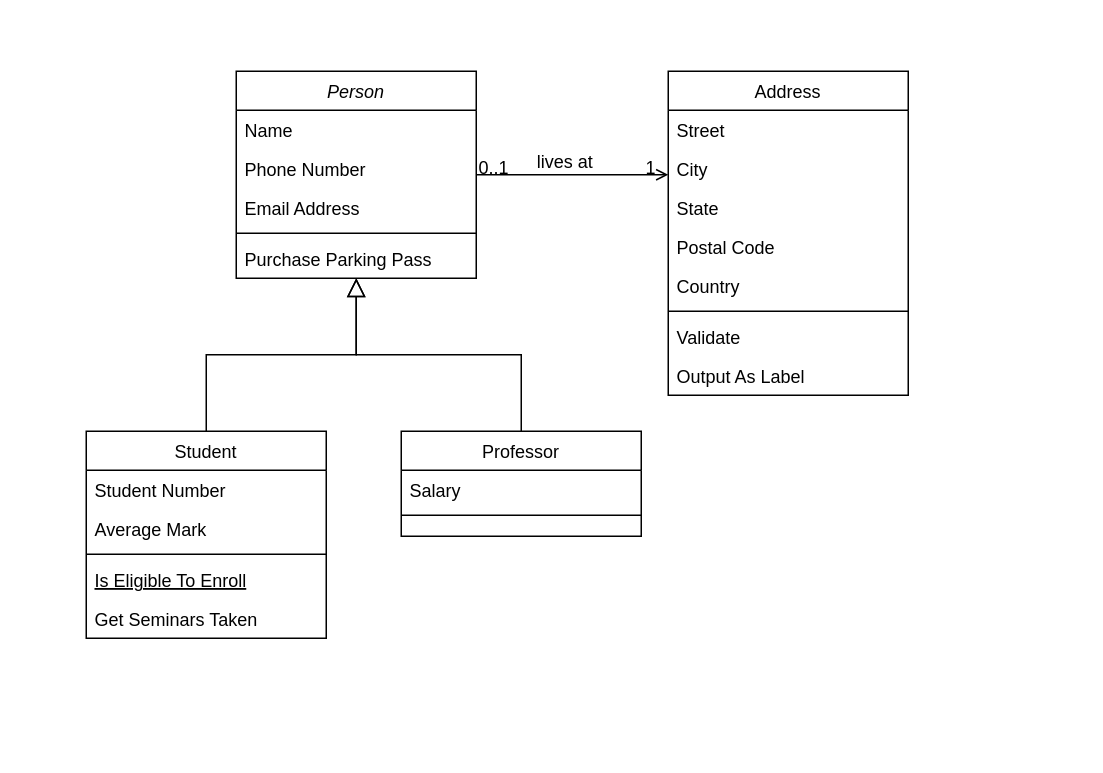
The draw.io diagram Back-end design.drawio in kimvongola/Studio_FRA163, before the edit. Source tidied: cells renumbered, new cells numbered last; positions are measured from the earlier drawing's top-left corner, leaving out a move shared by most shapes. Both pictures are drawn from the tidied source at 150%, with x=0, y=0 at pixel (86, 70).
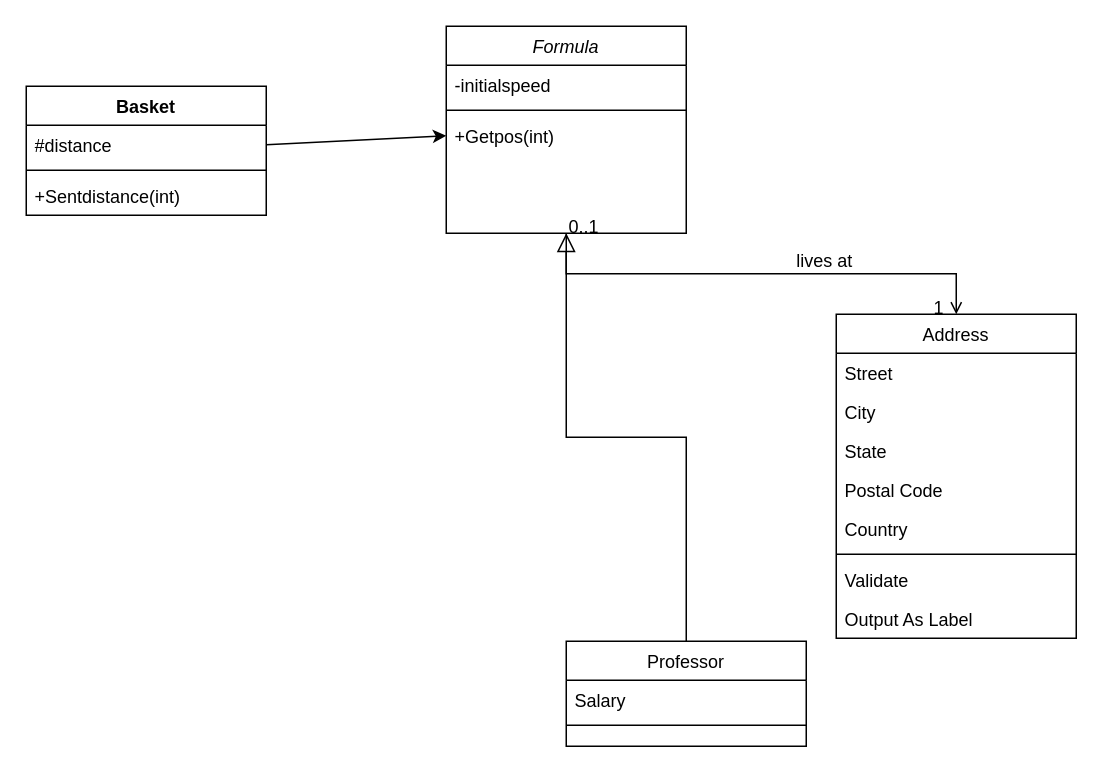
The same diagram, later.

The edit, as a diff of the source:
```diff
@@
-    <mxCell id="2" value="Person" style="swimlane;fontStyle=2;align=center;verticalAlign=top;horizontal=1;startSize=26;rounded=0;shadow=0;strokeWidth=1;" parent="1" vertex="1">
-      <mxGeometry x="100" width="160" height="138" as="geometry" />
+    <mxCell id="2" value="Formula" style="swimlane;fontStyle=2;align=center;verticalAlign=top;horizontal=1;startSize=26;rounded=0;shadow=0;strokeWidth=1;" parent="1" vertex="1">
+      <mxGeometry x="240" y="-30" width="160" height="138" as="geometry" />
     </mxCell>
-    <mxCell id="3" value="Name" style="text;align=left;verticalAlign=top;spacingLeft=4;spacingRight=4;overflow=hidden;" parent="2" vertex="1">
+    <mxCell id="3" value="-initialspeed" style="text;align=left;verticalAlign=top;spacingLeft=4;spacingRight=4;overflow=hidden;" parent="2" vertex="1">
       <mxGeometry y="26" width="160" height="26" as="geometry" />
     </mxCell>
-    <mxCell id="4" value="Phone Number" style="text;align=left;verticalAlign=top;spacingLeft=4;spacingRight=4;overflow=hidden;rounded=0;shadow=0;html=0;" parent="2" vertex="1">
-      <mxGeometry y="52" width="160" height="26" as="geometry" />
-    </mxCell>
-    <mxCell id="5" value="Email Address" style="text;align=left;verticalAlign=top;spacingLeft=4;spacingRight=4;overflow=hidden;rounded=0;shadow=0;html=0;" parent="2" vertex="1">
-      <mxGeometry y="78" width="160" height="26" as="geometry" />
-    </mxCell>
     <mxCell id="6" style="line;html=1;strokeWidth=1;align=left;verticalAlign=middle;spacingTop=-1;spacingLeft=3;spacingRight=3;labelPosition=right;" parent="2" vertex="1">
-      <mxGeometry y="104" width="160" height="8" as="geometry" />
+      <mxGeometry y="52" width="160" height="8" as="geometry" />
     </mxCell>
-    <mxCell id="7" value="Purchase Parking Pass" style="text;align=left;verticalAlign=top;spacingLeft=4;spacingRight=4;overflow=hidden;points=[[0,0.5],[1,0.5]];portConstraint=eastwest;" parent="2" vertex="1">
-      <mxGeometry y="112" width="160" height="26" as="geometry" />
+    <mxCell id="7" value="+Getpos(int)&#10;&#10;" style="text;align=left;verticalAlign=top;spacingLeft=4;spacingRight=4;overflow=hidden;points=[[0,0.5],[1,0.5]];portConstraint=eastwest;" parent="2" vertex="1">
+      <mxGeometry y="60" width="160" height="26" as="geometry" />
     </mxCell>
-    <mxCell id="8" value="Student" style="swimlane;fontStyle=0;align=center;verticalAlign=top;horizontal=1;startSize=26;rounded=0;shadow=0;strokeWidth=1;" parent="1" vertex="1">
-      <mxGeometry y="240" width="160" height="138" as="geometry" />
-    </mxCell>
-    <mxCell id="9" value="Student Number" style="text;align=left;verticalAlign=top;spacingLeft=4;spacingRight=4;overflow=hidden;" parent="8" vertex="1">
-      <mxGeometry y="26" width="160" height="26" as="geometry" />
-    </mxCell>
-    <mxCell id="10" value="Average Mark" style="text;align=left;verticalAlign=top;spacingLeft=4;spacingRight=4;overflow=hidden;rounded=0;shadow=0;html=0;" parent="8" vertex="1">
-      <mxGeometry y="52" width="160" height="26" as="geometry" />
-    </mxCell>
-    <mxCell id="11" style="line;html=1;strokeWidth=1;align=left;verticalAlign=middle;spacingTop=-1;spacingLeft=3;spacingRight=3;labelPosition=right;" parent="8" vertex="1">
-      <mxGeometry y="78" width="160" height="8" as="geometry" />
-    </mxCell>
-    <mxCell id="12" value="Is Eligible To Enroll" style="text;align=left;verticalAlign=top;spacingLeft=4;spacingRight=4;overflow=hidden;fontStyle=4;" parent="8" vertex="1">
-      <mxGeometry y="86" width="160" height="26" as="geometry" />
-    </mxCell>
-    <mxCell id="13" value="Get Seminars Taken" style="text;align=left;verticalAlign=top;spacingLeft=4;spacingRight=4;overflow=hidden;" parent="8" vertex="1">
-      <mxGeometry y="112" width="160" height="26" as="geometry" />
-    </mxCell>
-    <mxCell id="14" style="endArrow=block;endSize=10;endFill=0;shadow=0;strokeWidth=1;rounded=0;edgeStyle=elbowEdgeStyle;elbow=vertical;" parent="1" edge="1" source="8" target="2">
-      <mxGeometry relative="1" as="geometry" />
-    </mxCell>
     <mxCell id="15" value="Professor" style="swimlane;fontStyle=0;align=center;verticalAlign=top;horizontal=1;startSize=26;rounded=0;shadow=0;strokeWidth=1;" parent="1" vertex="1">
-      <mxGeometry x="210" y="240" width="160" height="70" as="geometry" />
+      <mxGeometry x="320" y="380" width="160" height="70" as="geometry" />
     </mxCell>
@@
     <mxCell id="19" value="Address" style="swimlane;fontStyle=0;align=center;verticalAlign=top;horizontal=1;startSize=26;rounded=0;shadow=0;strokeWidth=1;" parent="1" vertex="1">
-      <mxGeometry x="388" width="160" height="216" as="geometry" />
+      <mxGeometry x="500" y="162" width="160" height="216" as="geometry" />
     </mxCell>
@@
+    <mxCell id="32" value="Basket" style="swimlane;fontStyle=1;align=center;verticalAlign=top;horizontal=1;startSize=26;whiteSpace=wrap;html=1;" parent="1" vertex="1">
+      <mxGeometry x="-40" y="10" width="160" height="86" as="geometry" />
+    </mxCell>
+    <mxCell id="33" value="#distance" style="text;strokeColor=none;fillColor=none;align=left;verticalAlign=top;spacingLeft=4;spacingRight=4;overflow=hidden;points=[[0,0.5],[1,0.5]];portConstraint=eastwest;whiteSpace=wrap;html=1;" parent="32" vertex="1">
+      <mxGeometry y="26" width="160" height="26" as="geometry" />
+    </mxCell>
+    <mxCell id="34" style="line;strokeWidth=1;fillColor=none;align=left;verticalAlign=middle;spacingTop=-1;spacingLeft=3;spacingRight=3;labelPosition=right;strokeColor=inherit;" parent="32" vertex="1">
+      <mxGeometry y="52" width="160" height="8" as="geometry" />
+    </mxCell>
+    <mxCell id="35" value="+Sentdistance(int)" style="text;strokeColor=none;fillColor=none;align=left;verticalAlign=top;spacingLeft=4;spacingRight=4;overflow=hidden;whiteSpace=wrap;html=1;" parent="32" vertex="1">
+      <mxGeometry y="60" width="160" height="26" as="geometry" />
+    </mxCell>
+    <mxCell id="36" style="endArrow=classic;html=1;rounded=0;exitX=1;exitY=0.5;exitDx=0;exitDy=0;entryX=0;entryY=0.5;entryDx=0;entryDy=0;" parent="1" edge="1" source="33" target="7">
+      <mxGeometry relative="1" as="geometry" />
+    </mxCell>
```
